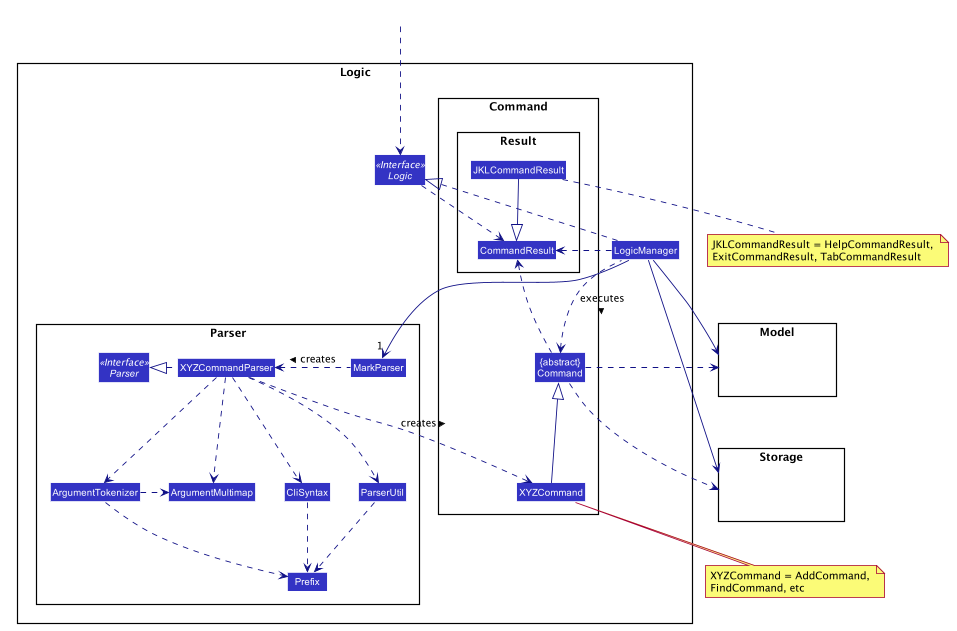
Earlier version of the PlantUML export docs/images/LogicClassDiagram.png (nus-cs2103-AY1920S1/addressbook-level3).
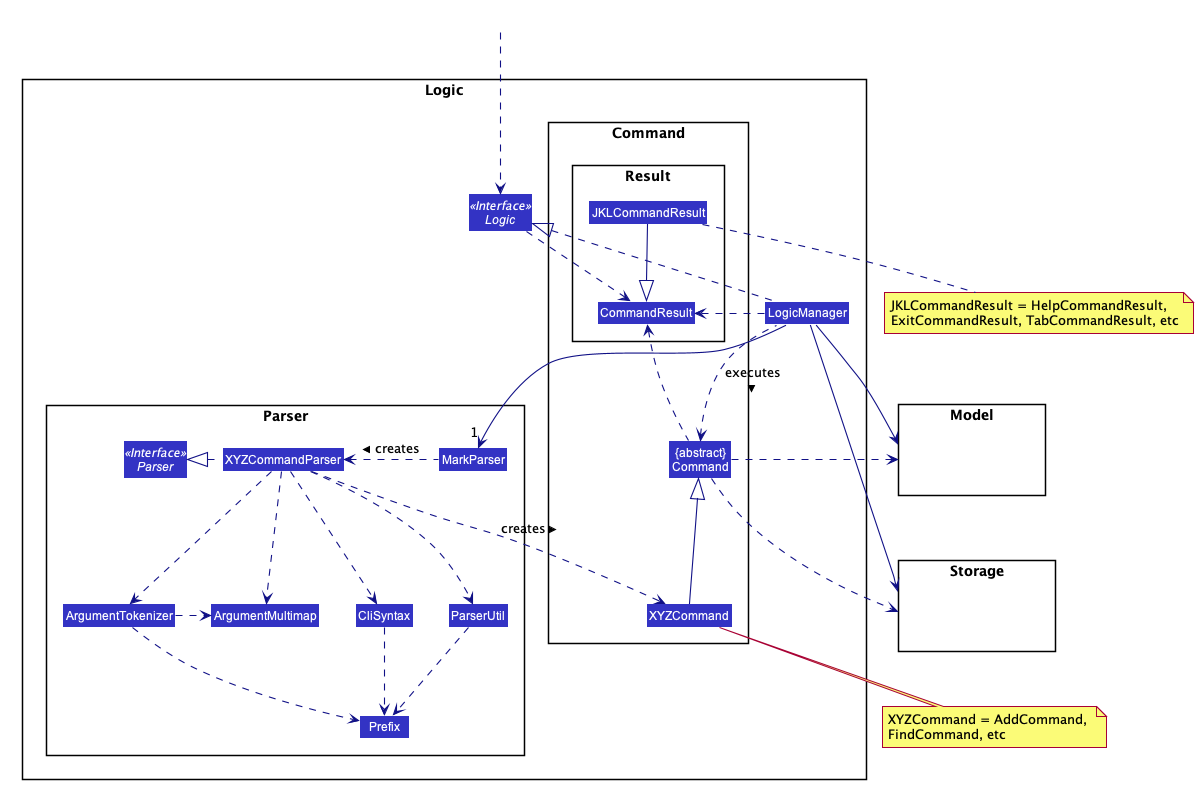
After the commit.

What changed in the source:
```diff
@@ -117,5 +117,5 @@
 LogicManager ..> CommandResult
 Command .up.> CommandResult
 CommandResult -[hidden]-> Parser
-note bottom of JKLCommandResult: JKLCommandResult = HelpCommandResult, \nExitCommandResult, TabCommandResult
+note bottom of JKLCommandResult: JKLCommandResult = HelpCommandResult, \nExitCommandResult, TabCommandResult, etc
 @enduml
```
